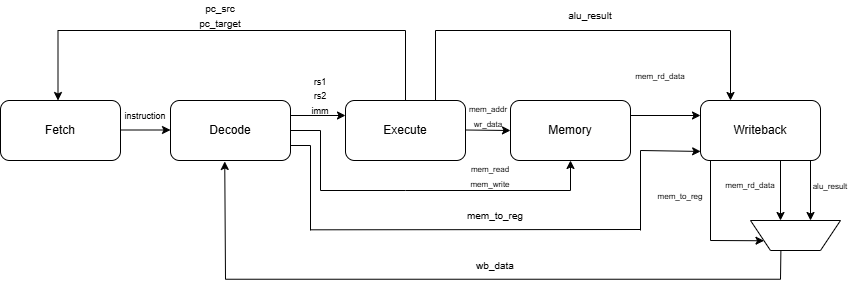
The draw.io diagram docs/architecture.png in brennankling/VerificationProject, before a commit. Source tidied: cells renumbered, new cells last; positions are measured from the earlier drawing's top-left corner, leaving out a move shared by most shapes.
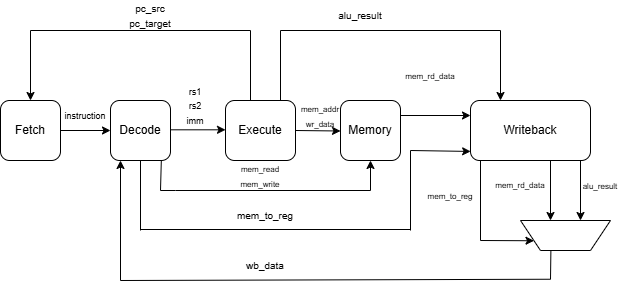
The same file after the commit.

What changed in the source:
```diff
@@ -3,51 +3,51 @@
     <mxCell id="0" />
     <mxCell id="1" parent="0" />
     <mxCell id="2" style="rounded=1;whiteSpace=wrap;html=1;" parent="1" vertex="1">
-      <mxGeometry y="100" width="120" height="60" as="geometry" />
+      <mxGeometry x="230" y="100" width="60" height="60" as="geometry" />
     </mxCell>
     <mxCell id="3" style="rounded=1;whiteSpace=wrap;html=1;" parent="1" vertex="1">
-      <mxGeometry x="170" y="100" width="120" height="60" as="geometry" />
+      <mxGeometry x="340" y="100" width="60" height="60" as="geometry" />
     </mxCell>
     <mxCell id="4" style="rounded=1;whiteSpace=wrap;html=1;" parent="1" vertex="1">
-      <mxGeometry x="345" y="100" width="120" height="60" as="geometry" />
+      <mxGeometry x="455" y="100" width="70" height="60" as="geometry" />
     </mxCell>
     <mxCell id="5" style="rounded=1;whiteSpace=wrap;html=1;" parent="1" vertex="1">
-      <mxGeometry x="510" y="100" width="120" height="60" as="geometry" />
+      <mxGeometry x="570" y="100" width="60" height="60" as="geometry" />
     </mxCell>
     <mxCell id="6" style="rounded=1;whiteSpace=wrap;html=1;" parent="1" vertex="1">
       <mxGeometry x="700" y="100" width="120" height="60" as="geometry" />
     </mxCell>
     <mxCell id="7" value="Fetch" style="text;html=1;whiteSpace=wrap;strokeColor=none;fillColor=none;align=center;verticalAlign=middle;rounded=0;" parent="1" vertex="1">
-      <mxGeometry x="30" y="115" width="60" height="30" as="geometry" />
+      <mxGeometry x="230" y="115" width="60" height="30" as="geometry" />
     </mxCell>
     <mxCell id="8" value="Decode" style="text;html=1;whiteSpace=wrap;strokeColor=none;fillColor=none;align=center;verticalAlign=middle;rounded=0;" parent="1" vertex="1">
-      <mxGeometry x="200" y="115" width="60" height="30" as="geometry" />
+      <mxGeometry x="340" y="115" width="60" height="30" as="geometry" />
     </mxCell>
     <mxCell id="9" value="Execute" style="text;html=1;whiteSpace=wrap;strokeColor=none;fillColor=none;align=center;verticalAlign=middle;rounded=0;" parent="1" vertex="1">
-      <mxGeometry x="375" y="115" width="60" height="30" as="geometry" />
+      <mxGeometry x="460" y="115" width="60" height="30" as="geometry" />
     </mxCell>
     <mxCell id="10" value="Memory" style="text;html=1;whiteSpace=wrap;strokeColor=none;fillColor=none;align=center;verticalAlign=middle;rounded=0;" parent="1" vertex="1">
-      <mxGeometry x="540" y="115" width="60" height="30" as="geometry" />
+      <mxGeometry x="570" y="115" width="60" height="30" as="geometry" />
     </mxCell>
     <mxCell id="11" value="Writeback" style="text;html=1;whiteSpace=wrap;strokeColor=none;fillColor=none;align=center;verticalAlign=middle;rounded=0;" parent="1" vertex="1">
       <mxGeometry x="730" y="115" width="60" height="30" as="geometry" />
     </mxCell>
     <mxCell id="12" style="endArrow=classic;html=1;rounded=0;exitX=1;exitY=0.5;exitDx=0;exitDy=0;" parent="1" edge="1">
       <mxGeometry relative="1" as="geometry">
-        <mxPoint x="120" y="129.5" as="sourcePoint" />
-        <mxPoint x="170" y="129.5" as="targetPoint" />
+        <mxPoint x="290" y="130" as="sourcePoint" />
+        <mxPoint x="340" y="130" as="targetPoint" />
       </mxGeometry>
     </mxCell>
     <mxCell id="13" style="endArrow=classic;html=1;rounded=0;entryX=0;entryY=0.5;entryDx=0;entryDy=0;" parent="1" edge="1">
       <mxGeometry relative="1" as="geometry">
-        <mxPoint x="290" y="115" as="sourcePoint" />
-        <mxPoint x="345" y="115" as="targetPoint" />
+        <mxPoint x="400" y="129.3" as="sourcePoint" />
+        <mxPoint x="455" y="129.3" as="targetPoint" />
       </mxGeometry>
     </mxCell>
     <mxCell id="14" style="endArrow=classic;html=1;rounded=0;" parent="1" edge="1">
       <mxGeometry relative="1" as="geometry">
-        <mxPoint x="465" y="129.5" as="sourcePoint" />
-        <mxPoint x="510" y="130" as="targetPoint" />
+        <mxPoint x="525" y="130" as="sourcePoint" />
+        <mxPoint x="570" y="130.5" as="targetPoint" />
       </mxGeometry>
     </mxCell>
     <mxCell id="15" style="endArrow=classic;html=1;rounded=0;entryX=0;entryY=0.25;entryDx=0;entryDy=0;" parent="1" edge="1" target="6">
@@ -84,54 +84,38 @@
         <mxPoint x="780.4" y="250" as="targetPoint" />
       </mxGeometry>
     </mxCell>
-    <mxCell id="21" style="endArrow=classic;html=1;rounded=0;entryX=0.452;entryY=1.016;entryDx=0;entryDy=0;entryPerimeter=0;" parent="1" edge="1" target="3">
+    <mxCell id="21" style="endArrow=classic;html=1;rounded=0;" parent="1" edge="1">
       <mxGeometry relative="1" as="geometry">
         <mxPoint x="780" y="278.7" as="sourcePoint" />
+        <mxPoint x="350" y="160" as="targetPoint" />
         <Array as="points">
-          <mxPoint x="225" y="278.7" />
+          <mxPoint x="350" y="280" />
         </Array>
       </mxGeometry>
     </mxCell>
     <mxCell id="22" style="endArrow=none;html=1;rounded=0;" parent="1" edge="1">
       <mxGeometry relative="1" as="geometry">
-        <mxPoint x="405" y="100" as="sourcePoint" />
-        <mxPoint x="405" y="30" as="targetPoint" />
+        <mxPoint x="480" y="100" as="sourcePoint" />
+        <mxPoint x="480" y="30" as="targetPoint" />
       </mxGeometry>
     </mxCell>
-    <mxCell id="23" style="endArrow=classic;html=1;rounded=0;entryX=0.5;entryY=0;entryDx=0;entryDy=0;" parent="1" edge="1">
+    <mxCell id="23" style="endArrow=classic;html=1;rounded=0;entryX=0.5;entryY=0;entryDx=0;entryDy=0;" parent="1" edge="1" target="2">
       <mxGeometry relative="1" as="geometry">
-        <mxPoint x="405" y="30" as="sourcePoint" />
-        <mxPoint x="57.5" y="100" as="targetPoint" />
+        <mxPoint x="480" y="30" as="sourcePoint" />
         <Array as="points">
-          <mxPoint x="57.5" y="30" />
+          <mxPoint x="260" y="30" />
         </Array>
       </mxGeometry>
     </mxCell>
     <mxCell id="24" style="endArrow=classic;html=1;rounded=0;entryX=0.5;entryY=1;entryDx=0;entryDy=0;" parent="1" edge="1" target="5">
       <mxGeometry relative="1" as="geometry">
-        <mxPoint x="320" y="190" as="sourcePoint" />
+        <mxPoint x="390" y="190" as="sourcePoint" />
         <Array as="points">
           <mxPoint x="405" y="190" />
-          <mxPoint x="570" y="190" />
+          <mxPoint x="600" y="190" />
         </Array>
       </mxGeometry>
     </mxCell>
-    <mxCell id="25" style="endArrow=none;html=1;rounded=0;exitX=1;exitY=0.5;exitDx=0;exitDy=0;" parent="1" edge="1" source="3">
-      <mxGeometry relative="1" as="geometry">
-        <mxPoint x="320" y="190" as="targetPoint" />
-        <Array as="points">
-          <mxPoint x="320" y="130" />
-        </Array>
-      </mxGeometry>
-    </mxCell>
-    <mxCell id="26" style="endArrow=none;html=1;rounded=0;exitX=1;exitY=0.75;exitDx=0;exitDy=0;" parent="1" edge="1" source="3">
-      <mxGeometry relative="1" as="geometry">
-        <mxPoint x="310" y="230" as="targetPoint" />
-        <Array as="points">
-          <mxPoint x="310" y="145" />
-        </Array>
-      </mxGeometry>
-    </mxCell>
     <mxCell id="27" style="endArrow=classic;html=1;rounded=0;entryX=0.001;entryY=0.849;entryDx=0;entryDy=0;entryPerimeter=0;" parent="1" edge="1" target="6">
       <mxGeometry relative="1" as="geometry">
         <mxPoint x="640" y="230" as="sourcePoint" />
@@ -142,18 +126,18 @@
     </mxCell>
     <mxCell id="28" style="endArrow=none;html=1;rounded=0;" parent="1" edge="1">
       <mxGeometry relative="1" as="geometry">
-        <mxPoint x="310" y="229.3" as="sourcePoint" />
+        <mxPoint x="370" y="229" as="sourcePoint" />
         <mxPoint x="640" y="229" as="targetPoint" />
       </mxGeometry>
     </mxCell>
     <mxCell id="29" value="&lt;font style=&quot;font-size: 10px;&quot;&gt;pc_src&lt;/font&gt;&lt;div&gt;&lt;font style=&quot;font-size: 10px;&quot;&gt;pc_target&lt;/font&gt;&lt;/div&gt;" style="text;html=1;whiteSpace=wrap;strokeColor=none;fillColor=none;align=center;verticalAlign=middle;rounded=0;" parent="1" vertex="1">
-      <mxGeometry x="190" width="60" height="30" as="geometry" />
+      <mxGeometry x="350" width="60" height="30" as="geometry" />
     </mxCell>
     <mxCell id="30" value="&lt;font style=&quot;font-size: 9px;&quot;&gt;instruction&lt;/font&gt;" style="text;html=1;whiteSpace=wrap;strokeColor=none;fillColor=none;align=center;verticalAlign=middle;rounded=0;" parent="1" vertex="1">
-      <mxGeometry x="90" y="100" width="110" height="30" as="geometry" />
+      <mxGeometry x="260" y="100" width="110" height="30" as="geometry" />
     </mxCell>
     <mxCell id="31" value="&lt;font style=&quot;font-size: 9px;&quot;&gt;rs1&lt;/font&gt;&lt;div&gt;&lt;font style=&quot;font-size: 9px;&quot;&gt;rs2&lt;/font&gt;&lt;/div&gt;&lt;div&gt;&lt;font style=&quot;font-size: 9px;&quot;&gt;imm&lt;/font&gt;&lt;/div&gt;" style="text;html=1;whiteSpace=wrap;strokeColor=none;fillColor=none;align=center;verticalAlign=middle;rounded=0;" parent="1" vertex="1">
-      <mxGeometry x="290" y="80" width="60" height="30" as="geometry" />
+      <mxGeometry x="395" y="90" width="60" height="30" as="geometry" />
     </mxCell>
     <mxCell id="32" value="&lt;font style=&quot;font-size: 8px;&quot;&gt;mem_read&lt;/font&gt;&lt;div&gt;&lt;font style=&quot;font-size: 8px;&quot;&gt;mem_write&lt;/font&gt;&lt;/div&gt;" style="text;html=1;whiteSpace=wrap;strokeColor=none;fillColor=none;align=center;verticalAlign=middle;rounded=0;" parent="1" vertex="1">
       <mxGeometry x="460" y="160" width="60" height="30" as="geometry" />
@@ -174,14 +158,14 @@
       <mxGeometry x="650" y="180" width="60" height="30" as="geometry" />
     </mxCell>
     <mxCell id="38" value="&lt;font style=&quot;font-size: 8px;&quot;&gt;mem_addr&lt;/font&gt;&lt;div&gt;&lt;font style=&quot;font-size: 8px;&quot;&gt;wr_data&lt;/font&gt;&lt;/div&gt;" style="text;html=1;whiteSpace=wrap;strokeColor=none;fillColor=none;align=center;verticalAlign=middle;rounded=0;" parent="1" vertex="1">
-      <mxGeometry x="458" y="100" width="60" height="30" as="geometry" />
+      <mxGeometry x="520" y="100" width="60" height="30" as="geometry" />
     </mxCell>
     <mxCell id="39" value="&lt;font style=&quot;font-size: 10px;&quot;&gt;mem_to_reg&lt;/font&gt;" style="text;html=1;whiteSpace=wrap;strokeColor=none;fillColor=none;align=center;verticalAlign=middle;rounded=0;" parent="1" vertex="1">
       <mxGeometry x="465" y="200" width="60" height="30" as="geometry" />
     </mxCell>
     <mxCell id="40" style="endArrow=classic;html=1;rounded=0;entryX=0.25;entryY=0;entryDx=0;entryDy=0;" parent="1" edge="1" target="6">
       <mxGeometry relative="1" as="geometry">
-        <mxPoint x="435" y="30" as="sourcePoint" />
+        <mxPoint x="510" y="30" as="sourcePoint" />
         <Array as="points">
           <mxPoint x="730" y="30" />
         </Array>
@@ -189,12 +173,22 @@
     </mxCell>
     <mxCell id="41" style="endArrow=none;html=1;rounded=0;" parent="1" edge="1">
       <mxGeometry relative="1" as="geometry">
-        <mxPoint x="435" y="100" as="sourcePoint" />
-        <mxPoint x="435" y="30" as="targetPoint" />
+        <mxPoint x="510" y="100" as="sourcePoint" />
+        <mxPoint x="510" y="30" as="targetPoint" />
       </mxGeometry>
     </mxCell>
     <mxCell id="42" value="&lt;font style=&quot;font-size: 10px;&quot;&gt;alu_result&lt;/font&gt;" style="text;html=1;whiteSpace=wrap;strokeColor=none;fillColor=none;align=center;verticalAlign=middle;rounded=0;" parent="1" vertex="1">
       <mxGeometry x="560" width="60" height="30" as="geometry" />
     </mxCell>
+    <mxCell id="43" style="endArrow=none;html=1;rounded=0;entryX=0.5;entryY=1;entryDx=0;entryDy=0;" parent="1" edge="1" target="3">
+      <mxGeometry relative="1" as="geometry">
+        <mxPoint x="370" y="230" as="sourcePoint" />
+      </mxGeometry>
+    </mxCell>
+    <mxCell id="44" style="endArrow=none;html=1;rounded=0;entryX=0.847;entryY=0.998;entryDx=0;entryDy=0;entryPerimeter=0;" parent="1" edge="1" target="3">
+      <mxGeometry relative="1" as="geometry">
+        <mxPoint x="390" y="190" as="sourcePoint" />
+      </mxGeometry>
+    </mxCell>
   </root>
 </mxGraphModel>
```
